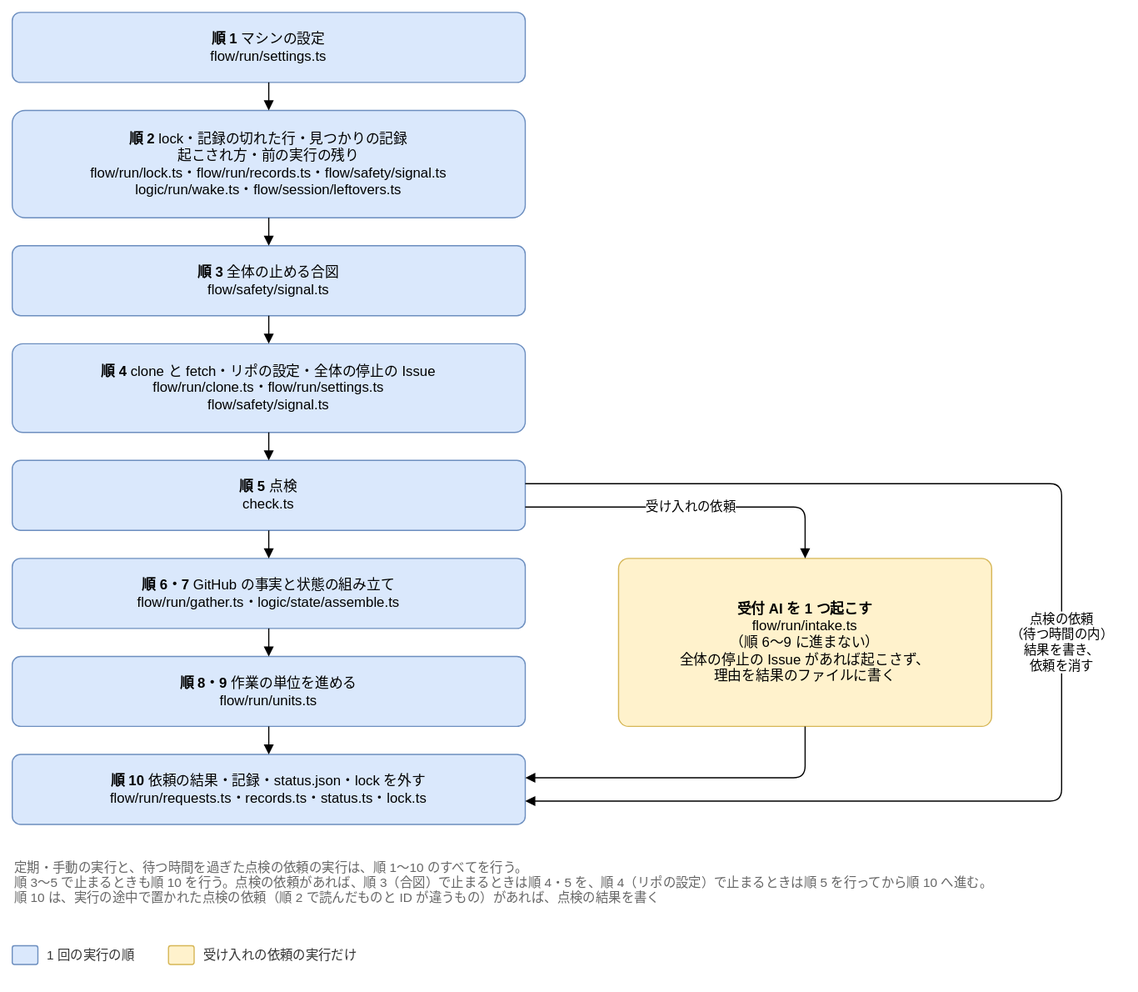
The draw.io diagram docs/design/detailed/diagrams/08-run.drawio.svg in Joymerrevent/dev-autopilot, before a commit. Source tidied: cells renumbered, new cells last; positions are measured from the earlier drawing's top-left corner, leaving out a move shared by most shapes.
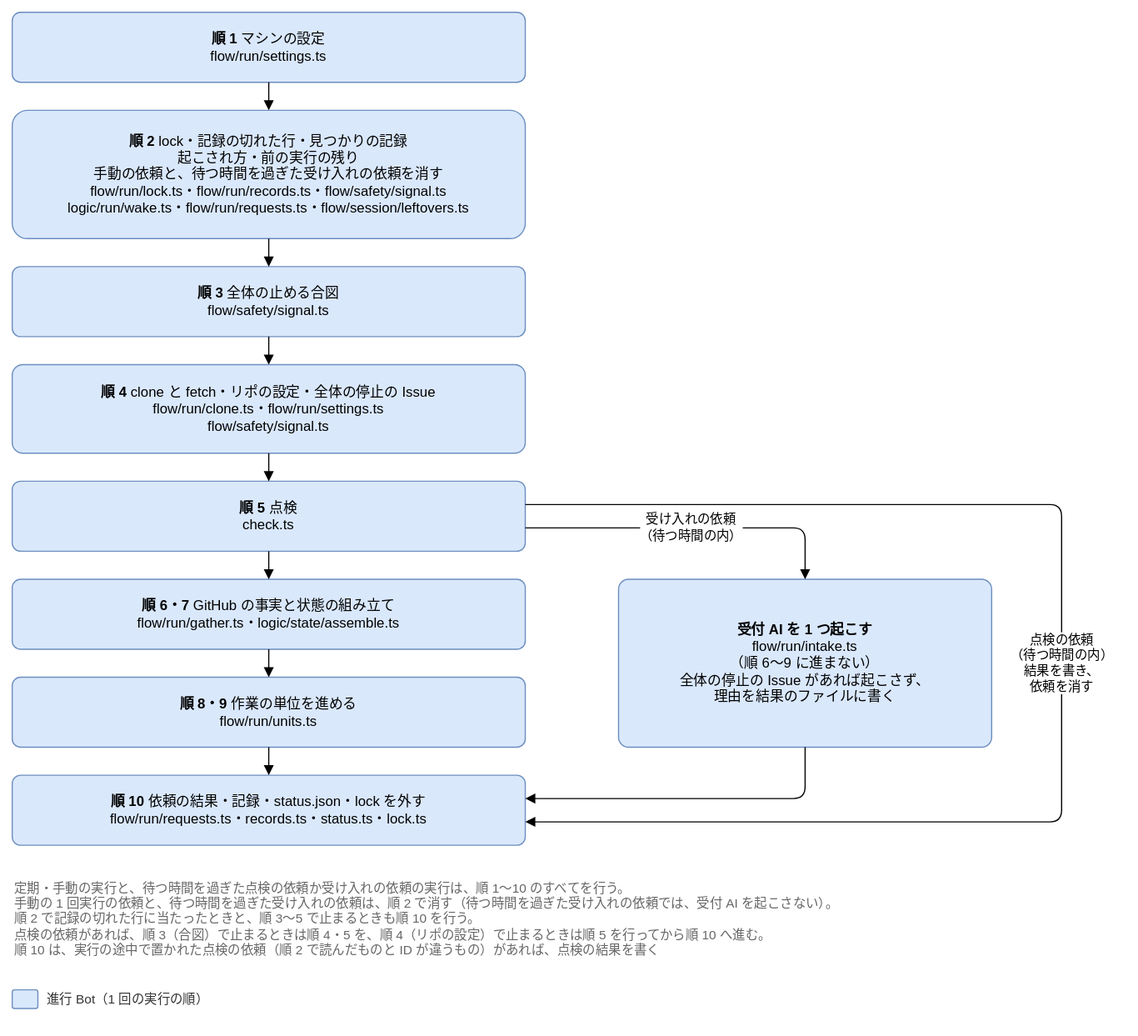
The same diagram one commit later.

Commit message:
docs(design): 詳細設計の図 08 で、色の意味と受け入れの依頼の待つ時間と順 2 の依頼の消し方を描く

詳細設計のレビューの低の直し（最初のレビューの R5-16・R6-7・R6-9・R6-10・R8-22、
1 回目の再レビューの R4-2）。

- 08-run：intake を青にし、受け入れの依頼の線を「待つ時間の内」にし、r2 に依頼を消すことと
  flow/run/requests.ts を足し、note に待つ時間を過ぎた受け入れの依頼と記録の切れた行を足す
  （R6-7・R5-16・R6-10・R8-22・R4-2）
- 08-units：u1・u2・u5 を青、u3（問い）を白にする（R6-7）
- 08-run・08-units：凡例を色の決まりの「凡例の言葉（補足）」の形にする（R6-9）

Claude-Session: https://claude.ai/code/session_01LvmXQN14Y95msvojZ6hWNP

What changed in the source:
```diff
@@ -3,10 +3,10 @@
     <mxCell id="0" />
     <mxCell id="1" parent="0" />
     <mxCell id="2" value="&lt;b&gt;順 1&lt;/b&gt; マシンの設定&lt;br&gt;flow/run/settings.ts" style="rounded=1;whiteSpace=wrap;html=1;fontSize=12;arcSize=12;spacing=12;fillColor=#dae8fc;strokeColor=#6c8ebf;" parent="1" vertex="1">
-      <mxGeometry width="440" height="60" as="geometry" />
+      <mxGeometry y="-18" width="440" height="60" as="geometry" />
     </mxCell>
-    <mxCell id="3" value="&lt;b&gt;順 2&lt;/b&gt; lock・記録の切れた行・見つかりの記録&lt;br&gt;起こされ方・前の実行の残り&lt;br&gt;flow/run/lock.ts・flow/run/records.ts・flow/safety/signal.ts&lt;br&gt;logic/run/wake.ts・flow/session/leftovers.ts" style="rounded=1;whiteSpace=wrap;html=1;fontSize=12;arcSize=12;spacing=12;fillColor=#dae8fc;strokeColor=#6c8ebf;" parent="1" vertex="1">
-      <mxGeometry y="84" width="440" height="92" as="geometry" />
+    <mxCell id="3" value="&lt;b&gt;順 2&lt;/b&gt; lock・記録の切れた行・見つかりの記録&lt;br&gt;起こされ方・前の実行の残り&lt;br&gt;手動の依頼と、待つ時間を過ぎた受け入れの依頼を消す&lt;br&gt;flow/run/lock.ts・flow/run/records.ts・flow/safety/signal.ts&lt;br&gt;logic/run/wake.ts・flow/run/requests.ts・flow/session/leftovers.ts" style="rounded=1;whiteSpace=wrap;html=1;fontSize=12;arcSize=12;spacing=12;fillColor=#dae8fc;strokeColor=#6c8ebf;" parent="1" vertex="1">
+      <mxGeometry y="66" width="440" height="110" as="geometry" />
     </mxCell>
     <mxCell id="4" style="edgeStyle=orthogonalEdgeStyle;rounded=1;html=1;endArrow=block;endFill=1;fontSize=11;labelBackgroundColor=#ffffff;exitX=0.5;exitY=1;exitDx=0;exitDy=0;entryX=0.5;entryY=0;entryDx=0;entryDy=0;" parent="1" edge="1" source="2" target="3">
       <mxGeometry relative="1" as="geometry" />
@@ -47,10 +47,10 @@
     <mxCell id="16" style="edgeStyle=orthogonalEdgeStyle;rounded=1;html=1;endArrow=block;endFill=1;fontSize=11;labelBackgroundColor=#ffffff;exitX=0.5;exitY=1;exitDx=0;exitDy=0;entryX=0.5;entryY=0;entryDx=0;entryDy=0;" parent="1" edge="1" source="13" target="15">
       <mxGeometry relative="1" as="geometry" />
     </mxCell>
-    <mxCell id="17" value="&lt;b&gt;受付 AI を 1 つ起こす&lt;/b&gt;&lt;br&gt;flow/run/intake.ts&lt;br&gt;（順 6〜9 に進まない）&lt;br&gt;全体の停止の Issue があれば起こさず、&lt;br&gt;理由を結果のファイルに書く" style="rounded=1;whiteSpace=wrap;html=1;fontSize=12;arcSize=12;spacing=12;fillColor=#fff2cc;strokeColor=#d6b656;arcSize=6;" parent="1" vertex="1">
+    <mxCell id="17" value="&lt;b&gt;受付 AI を 1 つ起こす&lt;/b&gt;&lt;br&gt;flow/run/intake.ts&lt;br&gt;（順 6〜9 に進まない）&lt;br&gt;全体の停止の Issue があれば起こさず、&lt;br&gt;理由を結果のファイルに書く" style="rounded=1;whiteSpace=wrap;html=1;fontSize=12;arcSize=12;spacing=12;fillColor=#dae8fc;strokeColor=#6c8ebf;arcSize=6;" parent="1" vertex="1">
       <mxGeometry x="520" y="468" width="320" height="144" as="geometry" />
     </mxCell>
-    <mxCell id="18" value="受け入れの依頼" style="edgeStyle=orthogonalEdgeStyle;rounded=1;html=1;endArrow=block;endFill=1;fontSize=11;labelBackgroundColor=#ffffff;exitX=1;exitY=0.6666666666666666;exitDx=0;exitDy=0;entryX=0.5;entryY=0;entryDx=0;entryDy=0;" parent="1" edge="1" source="9" target="17">
+    <mxCell id="18" value="受け入れの依頼&lt;br&gt;（待つ時間の内）" style="edgeStyle=orthogonalEdgeStyle;rounded=1;html=1;endArrow=block;endFill=1;fontSize=11;labelBackgroundColor=#ffffff;exitX=1;exitY=0.6666666666666666;exitDx=0;exitDy=0;entryX=0.5;entryY=0;entryDx=0;entryDy=0;" parent="1" edge="1" source="9" target="17">
       <mxGeometry relative="1" as="geometry">
         <Array as="points">
           <mxPoint x="680" y="424" />
@@ -72,20 +72,14 @@
         </Array>
       </mxGeometry>
     </mxCell>
-    <mxCell id="21" value="定期・手動の実行と、待つ時間を過ぎた点検の依頼の実行は、順 1〜10 のすべてを行う。&lt;br&gt;順 3〜5 で止まるときも順 10 を行う。点検の依頼があれば、順 3（合図）で止まるときは順 4・5 を、順 4（リポの設定）で止まるときは順 5 を行ってから順 10 へ進む。&lt;br&gt;順 10 は、実行の途中で置かれた点検の依頼（順 2 で読んだものと ID が違うもの）があれば、点検の結果を書く" style="text;html=1;whiteSpace=wrap;align=left;verticalAlign=top;fontSize=11;fontColor=#666666;" parent="1" vertex="1">
-      <mxGeometry y="720" width="920" height="64" as="geometry" />
+    <mxCell id="21" value="定期・手動の実行と、待つ時間を過ぎた点検の依頼か受け入れの依頼の実行は、順 1〜10 のすべてを行う。&lt;br&gt;手動の 1 回実行の依頼と、待つ時間を過ぎた受け入れの依頼は、順 2 で消す（待つ時間を過ぎた受け入れの依頼では、受付 AI を起こさない）。&lt;br&gt;順 2 で記録の切れた行に当たったときと、順 3〜5 で止まるときも順 10 を行う。&lt;br&gt;点検の依頼があれば、順 3（合図）で止まるときは順 4・5 を、順 4（リポの設定）で止まるときは順 5 を行ってから順 10 へ進む。&lt;br&gt;順 10 は、実行の途中で置かれた点検の依頼（順 2 で読んだものと ID が違うもの）があれば、点検の結果を書く" style="text;html=1;whiteSpace=wrap;align=left;verticalAlign=top;fontSize=11;fontColor=#666666;" parent="1" vertex="1">
+      <mxGeometry y="720" width="920" height="84" as="geometry" />
     </mxCell>
     <mxCell id="22" style="rounded=1;whiteSpace=wrap;html=1;fontSize=12;arcSize=12;spacing=12;fillColor=#dae8fc;strokeColor=#6c8ebf;" parent="1" vertex="1">
-      <mxGeometry y="800" width="22" height="16" as="geometry" />
+      <mxGeometry y="820" width="22" height="16" as="geometry" />
     </mxCell>
-    <mxCell id="23" value="1 回の実行の順" style="text;html=1;align=left;verticalAlign=middle;fontSize=11;fontColor=#333333;" parent="1" vertex="1">
-      <mxGeometry x="28" y="798" width="90" height="20" as="geometry" />
+    <mxCell id="23" value="進行 Bot（1 回の実行の順）" style="text;html=1;align=left;verticalAlign=middle;fontSize=11;fontColor=#333333;" parent="1" vertex="1">
+      <mxGeometry x="28" y="818" width="160" height="20" as="geometry" />
     </mxCell>
-    <mxCell id="24" style="rounded=1;whiteSpace=wrap;html=1;fontSize=12;arcSize=12;spacing=12;fillColor=#fff2cc;strokeColor=#d6b656;" parent="1" vertex="1">
-      <mxGeometry x="134" y="800" width="22" height="16" as="geometry" />
-    </mxCell>
-    <mxCell id="25" value="受け入れの依頼の実行だけ" style="text;html=1;align=left;verticalAlign=middle;fontSize=11;fontColor=#333333;" parent="1" vertex="1">
-      <mxGeometry x="162" y="798" width="150" height="20" as="geometry" />
-    </mxCell>
   </root>
 </mxGraphModel>
```
